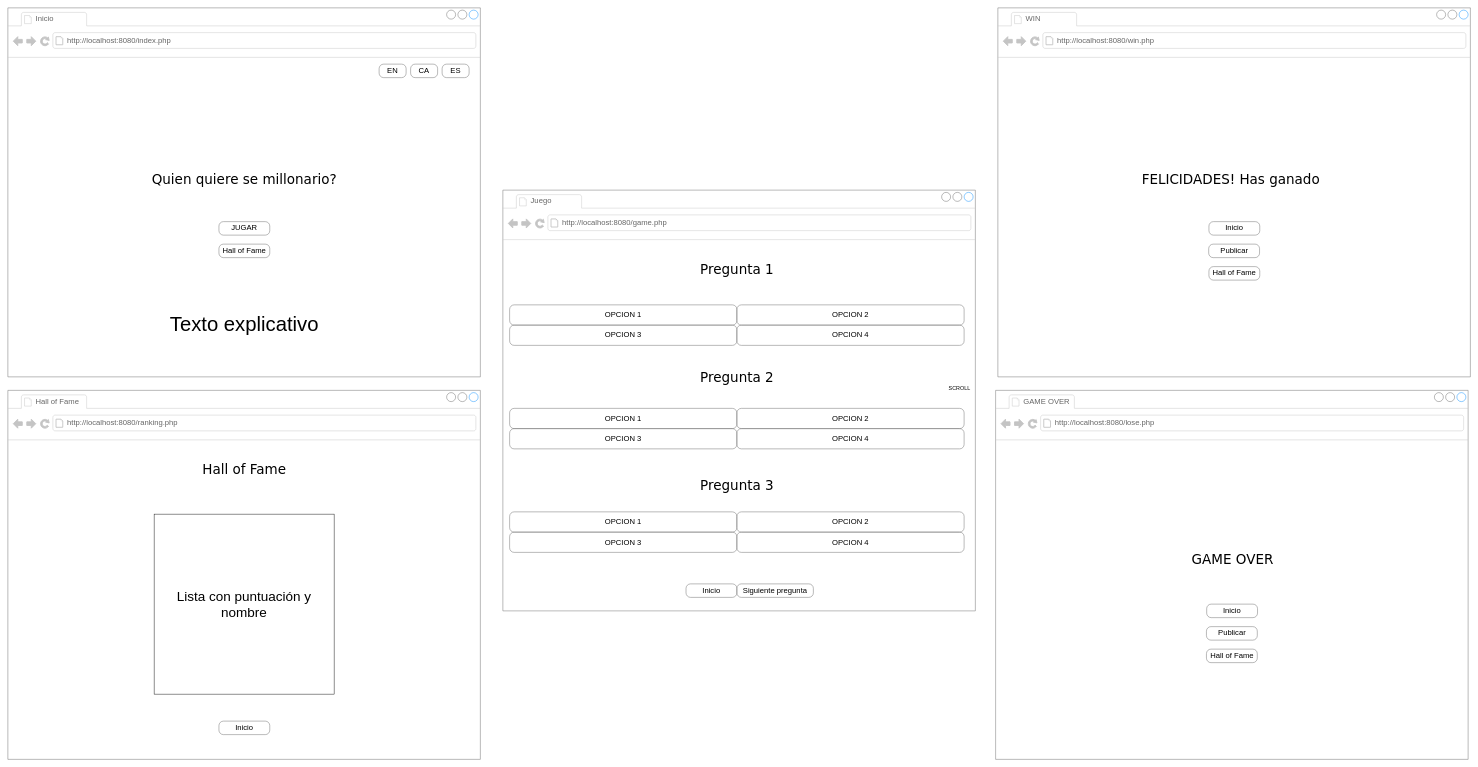
Above: Diagrama&Wireframe&Colors/Wireframe_Escuderia_IHA.drawio in AlejandroSoPa/Escuderia_IHA (draw.io), before the change. Source tidied: cells renumbered, new cells numbered last; positions are measured from the earlier drawing's top-left corner, leaving out a move shared by most shapes. Both pictures are drawn from the tidied source at 45%, with x=0, y=0 at pixel (8, 8).
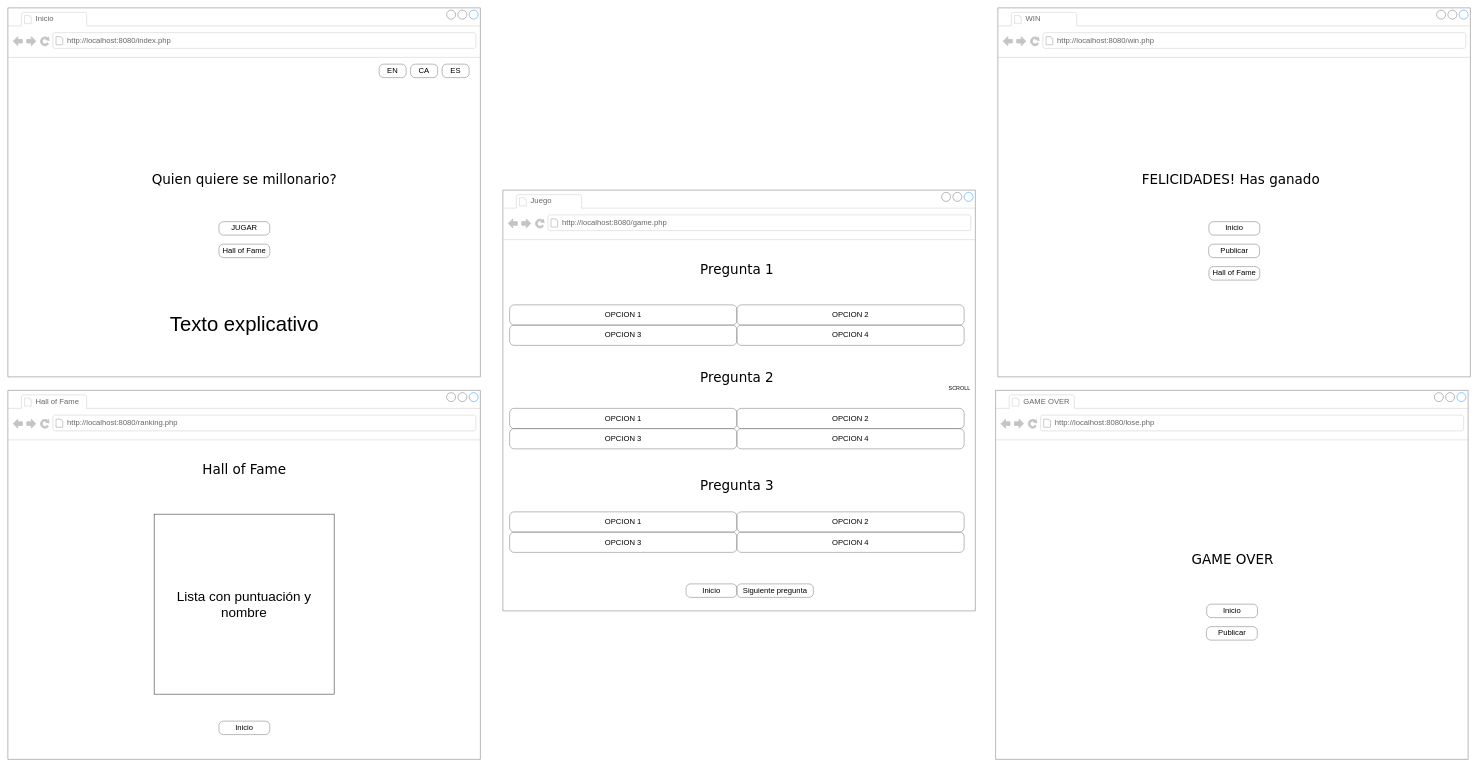
The same diagram, later.

The change refers to these unchanged cells:
```xml
<mxCell id="46" style="strokeWidth=1;shadow=0;dashed=0;align=center;html=1;shape=mxgraph.mockup.containers.browserWindow;rSize=0;strokeColor=#666666;mainText=,;rounded=0;labelBackgroundColor=none;fontFamily=Verdana;fontSize=12;" parent="1" vertex="1">
  <mxGeometry x="2195" y="850" width="1050" height="820" as="geometry" />
</mxCell>
```

The edit, as a diff of the source:
```diff
@@
-    <mxCell id="52" value="Hall of Fame" style="strokeWidth=1;shadow=0;dashed=0;align=center;html=1;shape=mxgraph.mockup.buttons.button;strokeColor=#666666;mainText=;buttonStyle=round;fontSize=17;fontStyle=0;fillColor=none;whiteSpace=wrap;rounded=0;labelBackgroundColor=none;" parent="46" vertex="1">
-      <mxGeometry x="468.5" y="575" width="113" height="30" as="geometry" />
-    </mxCell>
```
